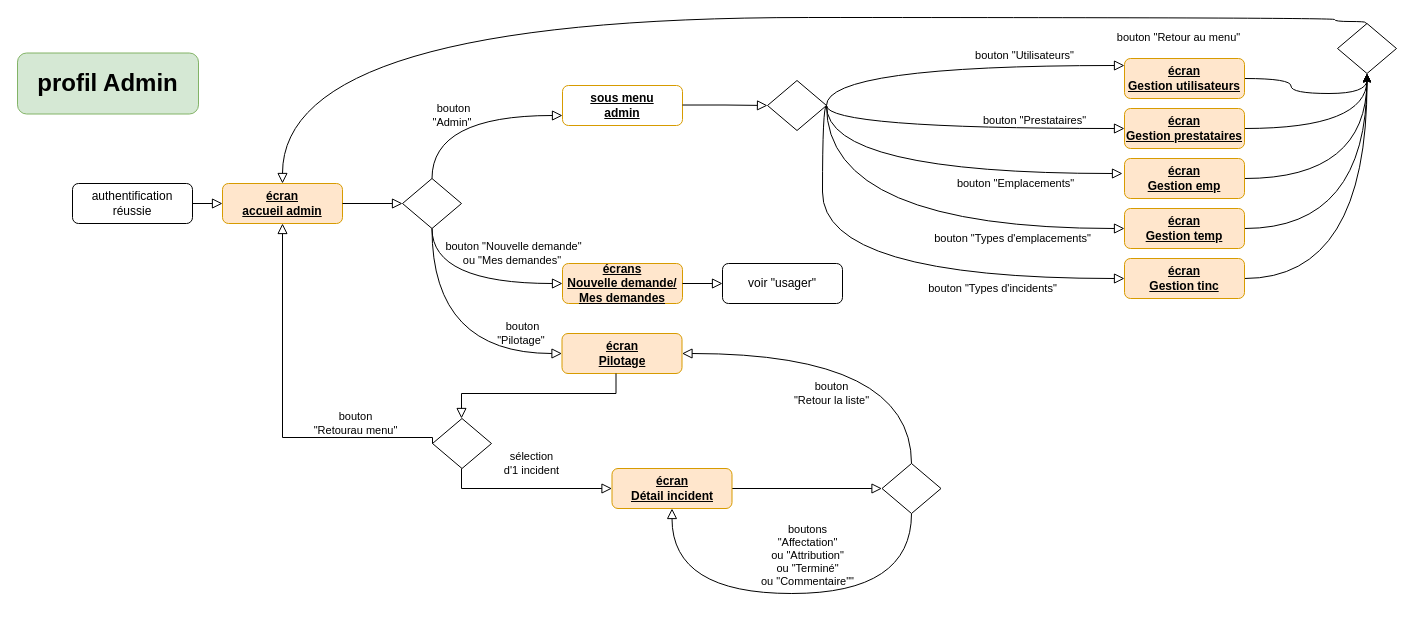
Above: doc/cinématique/admin.drawio in mapette/sos_immo_backend (draw.io), before the change. Source tidied: cells renumbered, new cells numbered last; positions are measured from the earlier drawing's top-left corner, leaving out a move shared by most shapes. Both pictures are drawn from the tidied source at 100%, with x=0, y=0 at pixel (17, 17).
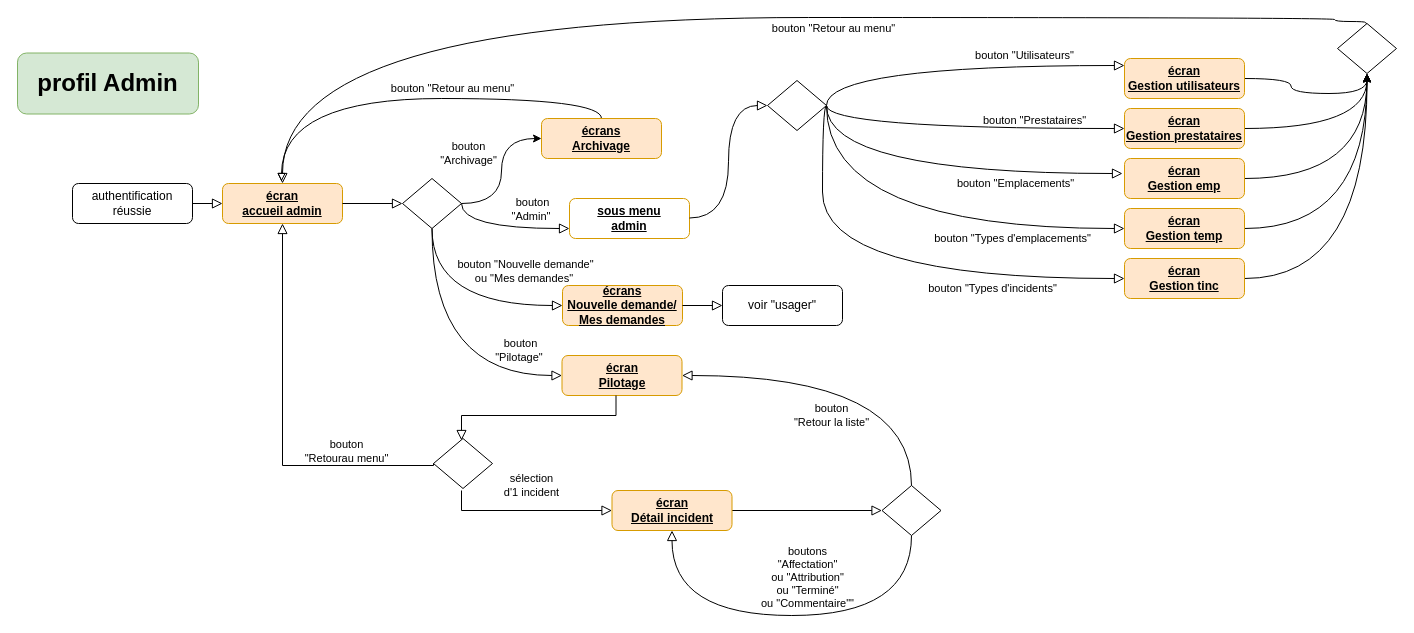
After the change.

Unchanged cells that the change refers to:
```xml
<mxCell id="19" value="&lt;b&gt;&lt;u&gt;écran&lt;br&gt;accueil admin&lt;/u&gt;&lt;/b&gt;" style="rounded=1;whiteSpace=wrap;html=1;fontSize=12;glass=0;strokeWidth=1;shadow=0;fillColor=#ffe6cc;strokeColor=#d79b00;" parent="1" vertex="1">
  <mxGeometry x="205" y="166" width="120" height="40" as="geometry" />
</mxCell>
<mxCell id="24" style="rhombus;whiteSpace=wrap;html=1;shadow=0;fontFamily=Helvetica;fontSize=12;align=center;strokeWidth=1;spacing=6;spacingTop=-4;" parent="1" vertex="1">
  <mxGeometry x="385" y="161" width="59" height="50" as="geometry" />
</mxCell>
<mxCell id="40" style="rhombus;whiteSpace=wrap;html=1;shadow=0;fontFamily=Helvetica;fontSize=12;align=center;strokeWidth=1;spacing=6;spacingTop=-4;" parent="1" vertex="1">
  <mxGeometry x="750" y="63" width="59" height="50" as="geometry" />
</mxCell>
<mxCell id="43" style="rhombus;whiteSpace=wrap;html=1;shadow=0;fontFamily=Helvetica;fontSize=12;align=center;strokeWidth=1;spacing=6;spacingTop=-4;" parent="1" vertex="1">
  <mxGeometry x="1320" y="6" width="59" height="50" as="geometry" />
</mxCell>
```

Change to the diagram source:
```diff
@@
     <mxCell id="20" value="bouton &quot;Nouvelle demande&quot;&lt;br&gt;ou&amp;nbsp;&quot;Mes demandes&quot;&amp;nbsp;" style="rounded=0;html=1;jettySize=auto;fontSize=11;endArrow=block;endFill=0;endSize=8;strokeWidth=1;shadow=0;labelBackgroundColor=none;edgeStyle=orthogonalEdgeStyle;entryX=0;entryY=0.5;entryDx=0;entryDy=0;exitX=0.5;exitY=1;exitDx=0;exitDy=0;curved=1;" parent="1" edge="1" source="24" target="21">
-      <mxGeometry x="0.46" y="30" relative="1" as="geometry">
+      <mxGeometry x="0.63" y="34" relative="1" as="geometry">
         <mxPoint x="1" as="offset" />
       </mxGeometry>
     </mxCell>
     <mxCell id="21" value="&lt;b&gt;&lt;u&gt;écrans&lt;br&gt;Nouvelle demande/&lt;br&gt;Mes demandes&lt;br&gt;&lt;/u&gt;&lt;/b&gt;" style="rounded=1;whiteSpace=wrap;html=1;fontSize=12;glass=0;strokeWidth=1;shadow=0;fillColor=#ffe6cc;strokeColor=#d79b00;" parent="1" vertex="1">
-      <mxGeometry x="545" y="246" width="120" height="40" as="geometry" />
+      <mxGeometry x="545" y="268" width="120" height="40" as="geometry" />
     </mxCell>
     <mxCell id="22" value="voir &quot;usager&quot;" style="rounded=1;whiteSpace=wrap;html=1;fontSize=12;glass=0;strokeWidth=1;shadow=0;" parent="1" vertex="1">
-      <mxGeometry x="705" y="246" width="120" height="40" as="geometry" />
+      <mxGeometry x="705" y="268" width="120" height="40" as="geometry" />
     </mxCell>
     <mxCell id="23" style="rounded=0;html=1;jettySize=auto;fontSize=11;endArrow=block;endFill=0;endSize=8;strokeWidth=1;shadow=0;labelBackgroundColor=none;edgeStyle=orthogonalEdgeStyle;entryX=0;entryY=0.5;entryDx=0;entryDy=0;exitX=1;exitY=0.5;exitDx=0;exitDy=0;" parent="1" edge="1" source="21" target="22">
       <mxGeometry relative="1" as="geometry">
         <Array as="points">
-          <mxPoint x="695" y="266" />
-          <mxPoint x="695" y="266" />
+          <mxPoint x="695" y="288" />
+          <mxPoint x="695" y="288" />
         </Array>
       </mxGeometry>
     </mxCell>
+    <mxCell id="44" value="bouton&lt;br&gt;&quot;Archivage&quot;" style="edgeStyle=orthogonalEdgeStyle;curved=1;rounded=0;jettySize=auto;html=1;entryX=0;entryY=0.5;entryDx=0;entryDy=0;" parent="1" edge="1" source="24" target="46">
+      <mxGeometry x="0.24" y="33" relative="1" as="geometry" />
+    </mxCell>
@@
     <mxCell id="26" value="&lt;b&gt;&lt;u&gt;écran&lt;br&gt;Pilotage&lt;br&gt;&lt;/u&gt;&lt;/b&gt;" style="rounded=1;whiteSpace=wrap;html=1;fontSize=12;glass=0;strokeWidth=1;shadow=0;fillColor=#ffe6cc;strokeColor=#d79b00;" parent="1" vertex="1">
-      <mxGeometry x="544.5" y="316" width="120" height="40" as="geometry" />
+      <mxGeometry x="544.5" y="338" width="120" height="40" as="geometry" />
     </mxCell>
     <mxCell id="27" value="sélection&lt;br&gt;d'1 incident" style="rounded=0;html=1;jettySize=auto;fontSize=11;endArrow=block;endFill=0;endSize=8;strokeWidth=1;shadow=0;labelBackgroundColor=none;edgeStyle=orthogonalEdgeStyle;exitX=0.5;exitY=1;exitDx=0;exitDy=0;entryX=0;entryY=0.5;entryDx=0;entryDy=0;" parent="1" edge="1" target="32">
       <mxGeometry x="0.06" y="25" relative="1" as="geometry">
-        <mxPoint x="444" y="451" as="sourcePoint" />
+        <mxPoint x="444" y="473" as="sourcePoint" />
         <Array as="points">
-          <mxPoint x="444.5" y="471" />
+          <mxPoint x="444.5" y="493" />
         </Array>
       </mxGeometry>
     </mxCell>
     <mxCell id="28" style="rounded=0;html=1;jettySize=auto;fontSize=11;endArrow=block;endFill=0;endSize=8;strokeWidth=1;shadow=0;labelBackgroundColor=none;edgeStyle=orthogonalEdgeStyle;exitX=1;exitY=0.5;exitDx=0;exitDy=0;entryX=0;entryY=0.5;entryDx=0;entryDy=0;" parent="1" edge="1" source="32" target="31">
       <mxGeometry relative="1" as="geometry">
         <Array as="points">
-          <mxPoint x="844.5" y="471" />
-          <mxPoint x="844.5" y="471" />
+          <mxPoint x="844.5" y="493" />
+          <mxPoint x="844.5" y="493" />
         </Array>
       </mxGeometry>
     </mxCell>
     <mxCell id="29" value="boutons&lt;br&gt;&quot;Affectation&quot;&lt;br&gt;ou &quot;Attribution&quot;&lt;br&gt;ou &quot;Terminé&quot;&lt;br&gt;ou &quot;Commentaire&quot;&quot;" style="html=1;jettySize=auto;fontSize=11;endArrow=block;endFill=0;endSize=8;strokeWidth=1;shadow=0;labelBackgroundColor=none;edgeStyle=orthogonalEdgeStyle;exitX=0.5;exitY=1;exitDx=0;exitDy=0;entryX=0.5;entryY=1;entryDx=0;entryDy=0;rounded=0;curved=1;" parent="1" edge="1" source="31" target="32">
       <mxGeometry x="-0.09" y="-38" relative="1" as="geometry">
         <Array as="points">
-          <mxPoint x="894.5" y="576" />
-          <mxPoint x="654.5" y="576" />
+          <mxPoint x="894.5" y="598" />
+          <mxPoint x="654.5" y="598" />
         </Array>
       </mxGeometry>
     </mxCell>
     <mxCell id="30" style="rounded=0;html=1;jettySize=auto;orthogonalLoop=1;fontSize=11;endArrow=block;endFill=0;endSize=8;strokeWidth=1;shadow=0;labelBackgroundColor=none;edgeStyle=orthogonalEdgeStyle;entryX=0.5;entryY=0;entryDx=0;entryDy=0;" parent="1" edge="1">
       <mxGeometry relative="1" as="geometry">
-        <mxPoint x="598.5" y="356" as="sourcePoint" />
-        <mxPoint x="444" y="401" as="targetPoint" />
+        <mxPoint x="598.5" y="378" as="sourcePoint" />
+        <mxPoint x="444" y="423" as="targetPoint" />
         <Array as="points">
-          <mxPoint x="598.5" y="376" />
+          <mxPoint x="598.5" y="398" />
         </Array>
       </mxGeometry>
     </mxCell>
     <mxCell id="31" style="rhombus;whiteSpace=wrap;html=1;shadow=0;fontFamily=Helvetica;fontSize=12;align=center;strokeWidth=1;spacing=6;spacingTop=-4;" parent="1" vertex="1">
-      <mxGeometry x="864.5" y="446" width="59" height="50" as="geometry" />
+      <mxGeometry x="864.5" y="468" width="59" height="50" as="geometry" />
     </mxCell>
     <mxCell id="32" value="&lt;b&gt;&lt;u&gt;écran&lt;br&gt;Détail incident&lt;br&gt;&lt;/u&gt;&lt;/b&gt;" style="rounded=1;whiteSpace=wrap;html=1;fontSize=12;glass=0;strokeWidth=1;shadow=0;fillColor=#ffe6cc;strokeColor=#d79b00;" parent="1" vertex="1">
-      <mxGeometry x="594.5" y="451" width="120" height="40" as="geometry" />
+      <mxGeometry x="594.5" y="473" width="120" height="40" as="geometry" />
     </mxCell>
@@
     <mxCell id="34" style="rhombus;whiteSpace=wrap;html=1;shadow=0;fontFamily=Helvetica;fontSize=12;align=center;strokeWidth=1;spacing=6;spacingTop=-4;" parent="1" vertex="1">
-      <mxGeometry x="415" y="401" width="59" height="50" as="geometry" />
+      <mxGeometry x="416" y="421" width="59" height="50" as="geometry" />
     </mxCell>
-    <mxCell id="35" value="bouton&lt;br&gt;&quot;Retourau menu&quot;" style="rounded=0;html=1;jettySize=auto;fontSize=11;endArrow=block;endFill=0;endSize=8;strokeWidth=1;shadow=0;labelBackgroundColor=none;edgeStyle=orthogonalEdgeStyle;exitX=0;exitY=0.5;exitDx=0;exitDy=0;entryX=0.5;entryY=1;entryDx=0;entryDy=0;" parent="1" edge="1" target="19">
+    <mxCell id="35" value="bouton&lt;br&gt;&quot;Retourau menu&quot;" style="rounded=0;html=1;jettySize=auto;fontSize=11;endArrow=block;endFill=0;endSize=8;strokeWidth=1;shadow=0;labelBackgroundColor=none;edgeStyle=orthogonalEdgeStyle;entryX=0.5;entryY=1;entryDx=0;entryDy=0;exitX=0;exitY=0.5;exitDx=0;exitDy=0;exitPerimeter=0;" parent="1" edge="1" source="34" target="19">
       <mxGeometry x="-0.55" y="-14" relative="1" as="geometry">
-        <mxPoint x="415" y="426" as="sourcePoint" />
         <Array as="points">
-          <mxPoint x="415" y="420" />
-          <mxPoint x="265" y="420" />
+          <mxPoint x="416" y="448" />
+          <mxPoint x="265" y="448" />
         </Array>
       </mxGeometry>
     </mxCell>
     <mxCell id="36" value="bouton&lt;br&gt;&quot;Pilotage&quot;&amp;nbsp;" style="rounded=0;html=1;jettySize=auto;fontSize=11;endArrow=block;endFill=0;endSize=8;strokeWidth=1;shadow=0;labelBackgroundColor=none;edgeStyle=orthogonalEdgeStyle;entryX=0;entryY=0.5;entryDx=0;entryDy=0;exitX=0.5;exitY=1;exitDx=0;exitDy=0;curved=1;" parent="1" edge="1" source="24" target="26">
-      <mxGeometry x="0.69" y="20" relative="1" as="geometry" />
+      <mxGeometry x="0.69" y="25" relative="1" as="geometry">
+        <mxPoint x="1" as="offset" />
+      </mxGeometry>
     </mxCell>
-    <mxCell id="37" value="bouton&lt;br&gt;&quot;Admin&quot;&amp;nbsp;" style="rounded=0;html=1;jettySize=auto;fontSize=11;endArrow=block;endFill=0;endSize=8;strokeWidth=1;shadow=0;labelBackgroundColor=none;edgeStyle=orthogonalEdgeStyle;exitX=0.5;exitY=0;exitDx=0;exitDy=0;curved=1;entryX=0;entryY=0.75;entryDx=0;entryDy=0;" parent="1" edge="1" source="24" target="38">
-      <mxGeometry x="-0.13" relative="1" as="geometry">
+    <mxCell id="37" value="bouton&lt;br&gt;&quot;Admin&quot;&amp;nbsp;" style="rounded=0;html=1;jettySize=auto;fontSize=11;endArrow=block;endFill=0;endSize=8;strokeWidth=1;shadow=0;labelBackgroundColor=none;edgeStyle=orthogonalEdgeStyle;exitX=1;exitY=0.5;exitDx=0;exitDy=0;curved=1;entryX=0;entryY=0.75;entryDx=0;entryDy=0;" parent="1" edge="1" source="24" target="38">
+      <mxGeometry x="0.44" y="19" relative="1" as="geometry">
         <Array as="points">
-          <mxPoint x="415" y="98" />
+          <mxPoint x="444" y="211" />
         </Array>
       </mxGeometry>
     </mxCell>
     <mxCell id="38" value="&lt;b&gt;&lt;u&gt;sous menu&lt;br&gt;admin&lt;br&gt;&lt;/u&gt;&lt;/b&gt;" style="rounded=1;whiteSpace=wrap;html=1;fontSize=12;glass=0;strokeWidth=1;shadow=0;fillColor=none;strokeColor=#d79b00;" parent="1" vertex="1">
-      <mxGeometry x="545" y="68" width="120" height="40" as="geometry" />
+      <mxGeometry x="552" y="181" width="120" height="40" as="geometry" />
     </mxCell>
-    <mxCell id="39" style="rounded=0;html=1;jettySize=auto;fontSize=11;endArrow=block;endFill=0;endSize=8;strokeWidth=1;shadow=0;labelBackgroundColor=none;edgeStyle=orthogonalEdgeStyle;exitX=1;exitY=0.488;exitDx=0;exitDy=0;entryX=0;entryY=0.5;entryDx=0;entryDy=0;exitPerimeter=0;" parent="1" edge="1" source="38" target="40">
+    <mxCell id="39" style="rounded=0;html=1;jettySize=auto;fontSize=11;endArrow=block;endFill=0;endSize=8;strokeWidth=1;shadow=0;labelBackgroundColor=none;edgeStyle=orthogonalEdgeStyle;exitX=1;exitY=0.488;exitDx=0;exitDy=0;entryX=0;entryY=0.5;entryDx=0;entryDy=0;exitPerimeter=0;curved=1;" parent="1" edge="1" source="38" target="40">
       <mxGeometry relative="1" as="geometry" />
     </mxCell>
@@
     <mxCell id="41" value="bouton &quot;Retour au menu&quot;" style="rounded=0;html=1;jettySize=auto;fontSize=11;endArrow=block;endFill=0;endSize=8;strokeWidth=1;shadow=0;labelBackgroundColor=none;edgeStyle=orthogonalEdgeStyle;curved=1;entryX=0.5;entryY=0;entryDx=0;entryDy=0;exitX=0.5;exitY=0;exitDx=0;exitDy=0;" parent="1" edge="1" source="43" target="19">
-      <mxGeometry x="-0.69" y="20" relative="1" as="geometry">
+      <mxGeometry x="-0.14" y="11" relative="1" as="geometry">
         <Array as="points">
           <mxPoint x="1348" y="6" />
           <mxPoint x="1348" y="4" />
           <mxPoint x="1317" y="4" />
           <mxPoint x="1317" />
           <mxPoint x="265" />
         </Array>
       </mxGeometry>
     </mxCell>
@@
+    <mxCell id="45" value="bouton &quot;Retour au menu&quot;" style="edgeStyle=orthogonalEdgeStyle;curved=1;rounded=0;jettySize=auto;html=1;exitX=0.5;exitY=0;exitDx=0;exitDy=0;endArrow=block;endFill=0;" parent="1" edge="1" source="46">
+      <mxGeometry x="-0.2" y="-10" relative="1" as="geometry">
+        <mxPoint x="264" y="164" as="targetPoint" />
+      </mxGeometry>
+    </mxCell>
+    <mxCell id="46" value="&lt;b&gt;&lt;u&gt;écrans&lt;br&gt;Archivage&lt;br&gt;&lt;/u&gt;&lt;/b&gt;" style="rounded=1;whiteSpace=wrap;html=1;fontSize=12;glass=0;strokeWidth=1;shadow=0;fillColor=#ffe6cc;strokeColor=#d79b00;" parent="1" vertex="1">
+      <mxGeometry x="524" y="101" width="120" height="40" as="geometry" />
+    </mxCell>
```
